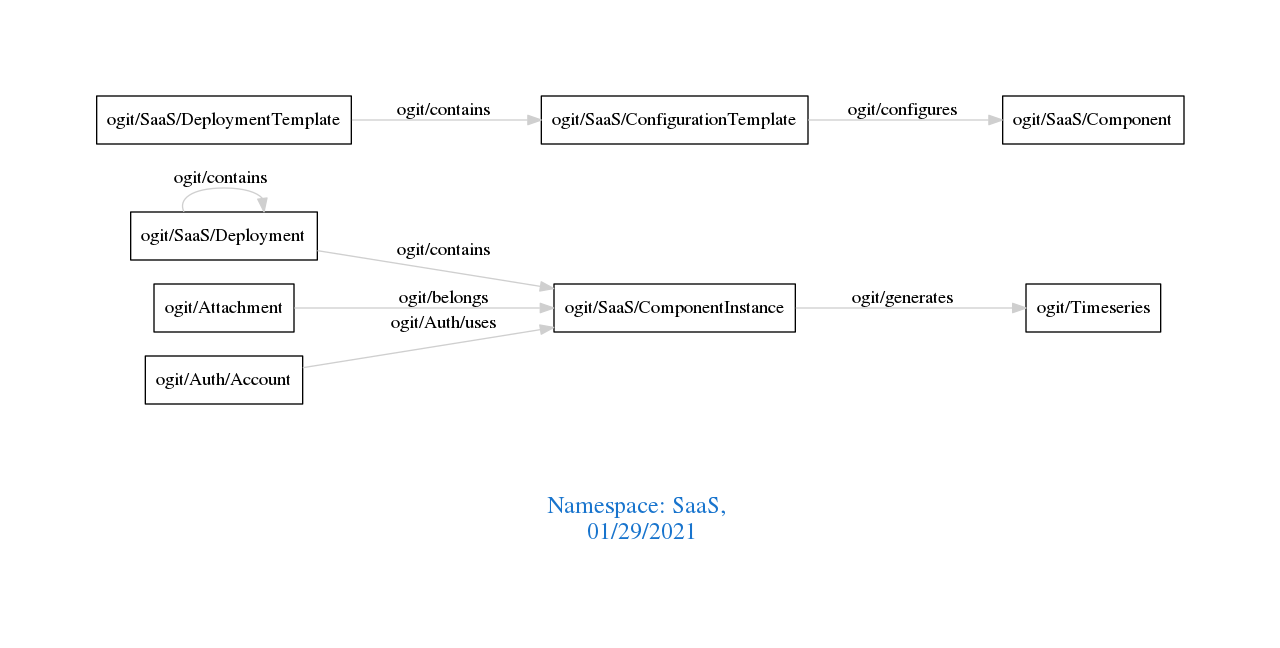
This is downloads/SaaS.png from arago/OGIT, a Graphviz export, as it was before one commit. Its source is kept beside it as downloads/SaaS.dot.
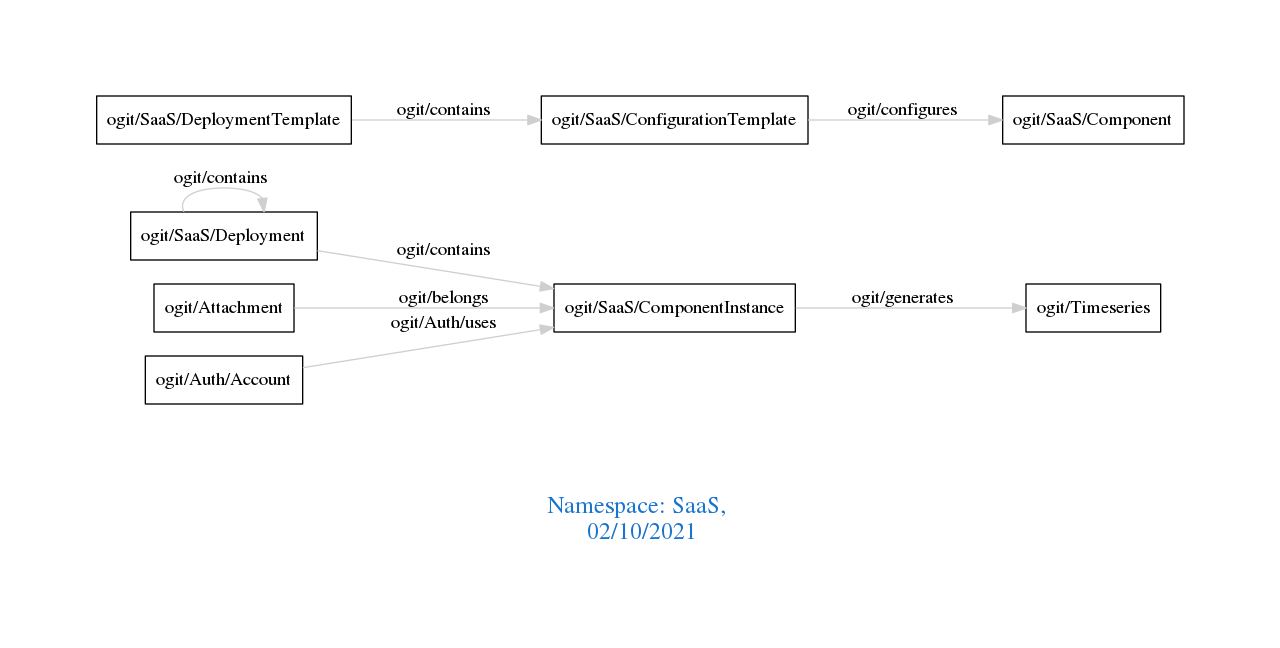
The same file after the commit.

What changed in the source:
```diff
@@ -1,7 +1,7 @@
 digraph OGIT_ontology {
  graph [ rankdir= LR,pad=1
 fontsize = 18,
-fontcolor= dodgerblue3,label = "\n\n\nNamespace: SaaS, \n 01/29/2021"];
+fontcolor= dodgerblue3,label = "\n\n\nNamespace: SaaS, \n 02/10/2021"];
 node[shape=polygon];
 edge [  color="gray81"];
 
```
